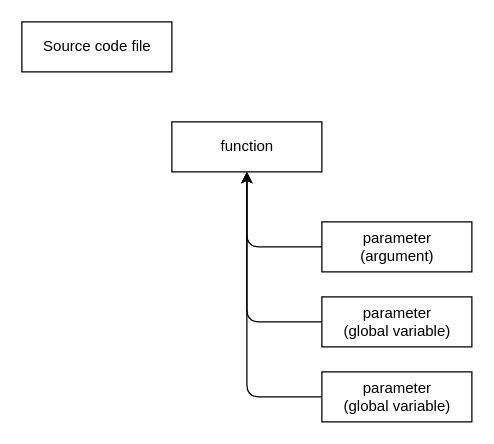
CountrySideEngineer/DoxygenDataReader keeps this draw.io diagram as page "object diagram" (1 of 2) of dev/doc/design/object_diagram.drawio. Above is the earlier version. Source tidied: cells renumbered, new cells numbered last; positions are measured from the earlier drawing's top-left corner, leaving out a move shared by most shapes. Both pictures are drawn from the tidied source at 125%, with x=0, y=0 at pixel (21, 21).
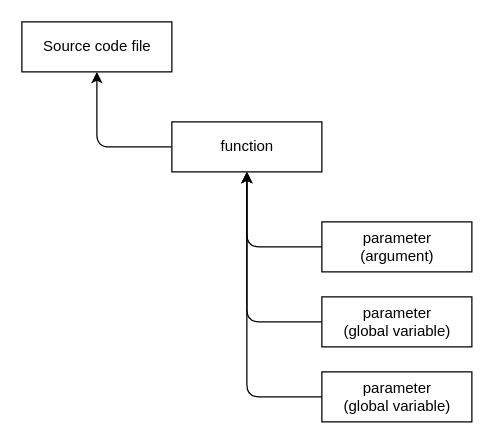
After the change.

Commit message:
Update design diagram.

What changed in the source:
```diff
@@
 <mxGraphModel>
   <root>
     <mxCell id="0" />
     <mxCell id="1" parent="0" />
     <mxCell id="2" value="Source code file" style="html=1;" parent="1" vertex="1">
       <mxGeometry width="120" height="40" as="geometry" />
     </mxCell>
+    <mxCell id="10" style="edgeStyle=orthogonalEdgeStyle;rounded=1;jettySize=auto;html=1;" parent="1" edge="1" source="3" target="2">
+      <mxGeometry relative="1" as="geometry">
+        <Array as="points">
+          <mxPoint x="60" y="100" />
+        </Array>
+      </mxGeometry>
+    </mxCell>
     <mxCell id="3" value="function" style="html=1;" parent="1" vertex="1">
       <mxGeometry x="120" y="80" width="120" height="40" as="geometry" />
     </mxCell>
     <mxCell id="4" value="parameter&lt;br&gt;(argument)" style="html=1;" parent="1" vertex="1">
       <mxGeometry x="240" y="160" width="120" height="40" as="geometry" />
     </mxCell>
     <mxCell id="5" value="parameter&lt;br&gt;(global variable)" style="html=1;" parent="1" vertex="1">
       <mxGeometry x="240" y="220" width="120" height="40" as="geometry" />
     </mxCell>
     <mxCell id="6" style="edgeStyle=orthogonalEdgeStyle;rounded=1;jettySize=auto;html=1;strokeWidth=1;elbow=vertical;" parent="1" edge="1" source="7" target="3">
       <mxGeometry relative="1" as="geometry">
         <Array as="points">
           <mxPoint x="180" y="300" />
         </Array>
       </mxGeometry>
     </mxCell>
     <mxCell id="7" value="parameter&lt;br&gt;(global variable)" style="html=1;" parent="1" vertex="1">
       <mxGeometry x="240" y="280" width="120" height="40" as="geometry" />
     </mxCell>
     <mxCell id="8" style="edgeStyle=orthogonalEdgeStyle;jettySize=auto;html=1;strokeWidth=1;rounded=1;" parent="1" edge="1" source="4" target="3">
       <mxGeometry relative="1" as="geometry">
         <Array as="points">
           <mxPoint x="180" y="180" />
         </Array>
       </mxGeometry>
     </mxCell>
     <mxCell id="9" style="edgeStyle=orthogonalEdgeStyle;jettySize=auto;html=1;strokeWidth=1;rounded=1;" parent="1" edge="1" source="5" target="3">
       <mxGeometry relative="1" as="geometry">
         <Array as="points">
           <mxPoint x="180" y="240" />
         </Array>
       </mxGeometry>
     </mxCell>
   </root>
 </mxGraphModel>
```
